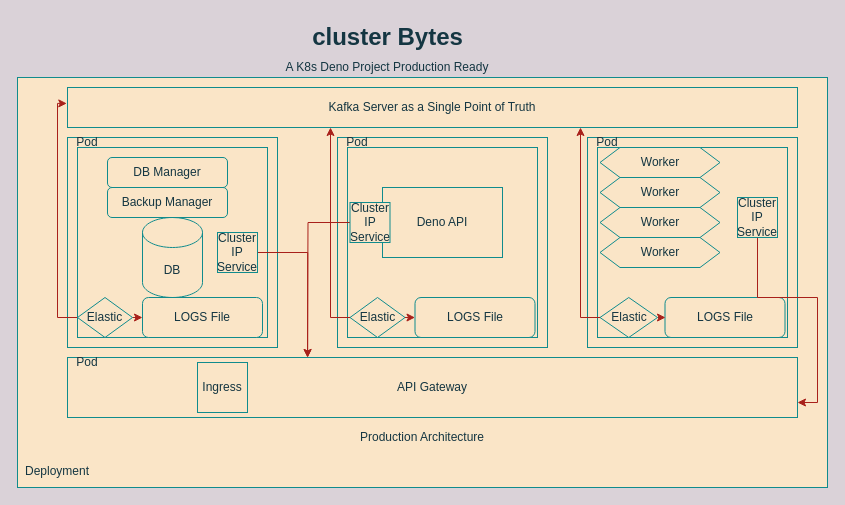
plpetkov-tech/clusterBytes keeps this draw.io diagram as page "Prod" (1 of 6) of denoProject.drawio. Above is the earlier version. Source tidied: cells renumbered, new cells numbered last; positions are measured from the earlier drawing's top-left corner, leaving out a move shared by most shapes. Both pictures are drawn from the tidied source at 100%, with x=0, y=0 at pixel (17, 17).
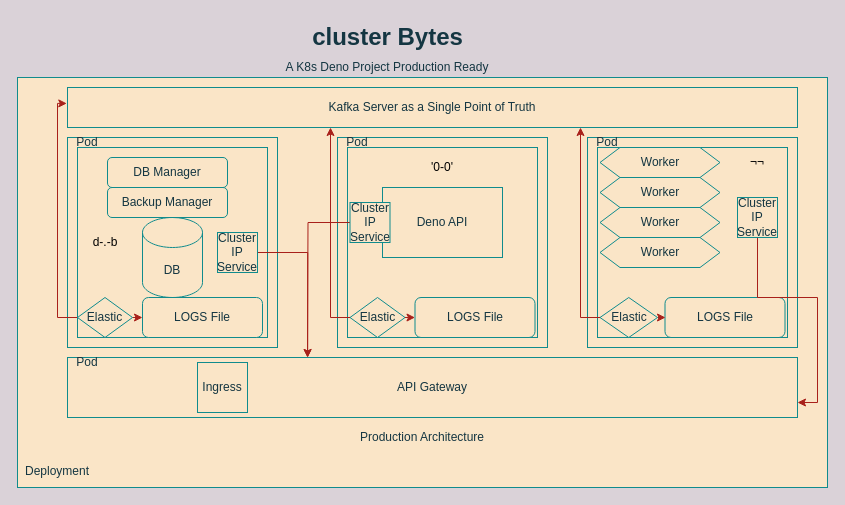
The same diagram, later.

What changed in the source:
```diff
@@
+    <mxCell id="46" value="'0-0'" style="text;html=1;strokeColor=none;fillColor=none;align=center;verticalAlign=middle;whiteSpace=wrap;rounded=0;" parent="1" vertex="1">
+      <mxGeometry x="405" y="140" width="40" height="20" as="geometry" />
+    </mxCell>
+    <mxCell id="47" value="d-.-b" style="text;html=1;strokeColor=none;fillColor=none;align=center;verticalAlign=middle;whiteSpace=wrap;rounded=0;" parent="1" vertex="1">
+      <mxGeometry x="67.5" y="215" width="40" height="20" as="geometry" />
+    </mxCell>
+    <mxCell id="48" value="¬¬" style="text;html=1;strokeColor=none;fillColor=none;align=center;verticalAlign=middle;whiteSpace=wrap;rounded=0;" parent="1" vertex="1">
+      <mxGeometry x="720" y="135" width="40" height="20" as="geometry" />
+    </mxCell>
```
